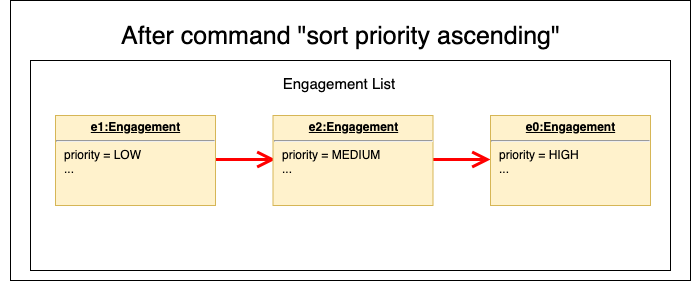
The draw.io diagram docs/images/SortListState1.png in nus-cs2103-AY1920S1/addressbook-level3, before a commit. Source tidied: cells renumbered, new cells last; positions are measured from the earlier drawing's top-left corner, leaving out a move shared by most shapes. The source it was exported from:
```xml
<mxGraphModel>
  <root>
    <mxCell id="0" />
    <mxCell id="1" parent="0" />
    <mxCell id="2" style="rounded=0;whiteSpace=wrap;html=1;" parent="1" vertex="1">
      <mxGeometry x="10" width="680" height="280" as="geometry" />
    </mxCell>
    <mxCell id="3" style="rounded=0;whiteSpace=wrap;html=1;" parent="1" vertex="1">
      <mxGeometry x="30" y="60" width="640" height="210" as="geometry" />
    </mxCell>
    <mxCell id="4" value="&lt;font style=&quot;font-size: 25px&quot;&gt;After command &quot;sort priority ascending&quot;&lt;/font&gt;" style="text;html=1;strokeColor=none;fillColor=none;align=center;verticalAlign=middle;whiteSpace=wrap;rounded=0;" parent="1" vertex="1">
      <mxGeometry y="20" width="681" height="30" as="geometry" />
    </mxCell>
    <mxCell id="5" style="endArrow=open;endFill=1;endSize=12;html=1;strokeColor=#FF0000;strokeWidth=3;" parent="1" edge="1">
      <mxGeometry relative="1" as="geometry">
        <mxPoint x="135" y="159" as="sourcePoint" />
        <mxPoint x="275" y="159" as="targetPoint" />
      </mxGeometry>
    </mxCell>
    <mxCell id="6" style="endArrow=open;endFill=1;endSize=12;html=1;strokeColor=#FF0000;strokeWidth=3;" parent="1" edge="1">
      <mxGeometry relative="1" as="geometry">
        <mxPoint x="350" y="159" as="sourcePoint" />
        <mxPoint x="490" y="159" as="targetPoint" />
      </mxGeometry>
    </mxCell>
    <mxCell id="7" value="&lt;p style=&quot;margin: 0px ; margin-top: 4px ; text-align: center ; text-decoration: underline&quot;&gt;&lt;b&gt;e1:Engagement&lt;/b&gt;&lt;/p&gt;&lt;hr&gt;&lt;p style=&quot;margin: 0px ; margin-left: 8px&quot;&gt;priority = LOW&lt;/p&gt;&lt;p style=&quot;margin: 0px ; margin-left: 8px&quot;&gt;...&lt;/p&gt;" style="verticalAlign=top;align=left;overflow=fill;fontSize=12;fontFamily=Helvetica;html=1;fillColor=#fff2cc;strokeColor=#d6b656;" parent="1" vertex="1">
      <mxGeometry x="55" y="115" width="160" height="90" as="geometry" />
    </mxCell>
    <mxCell id="8" value="&lt;font style=&quot;font-size: 15px&quot;&gt;Engagement List&lt;/font&gt;" style="text;html=1;strokeColor=none;fillColor=none;align=center;verticalAlign=middle;whiteSpace=wrap;rounded=0;" parent="1" vertex="1">
      <mxGeometry x="242.5" y="72.5" width="190" height="20" as="geometry" />
    </mxCell>
    <mxCell id="9" value="&lt;p style=&quot;margin: 0px ; margin-top: 4px ; text-align: center ; text-decoration: underline&quot;&gt;&lt;b&gt;e2:Engagement&lt;/b&gt;&lt;/p&gt;&lt;hr&gt;&lt;p style=&quot;margin: 0px ; margin-left: 8px&quot;&gt;priority = MEDIUM&lt;/p&gt;&lt;p style=&quot;margin: 0px ; margin-left: 8px&quot;&gt;...&lt;/p&gt;" style="verticalAlign=top;align=left;overflow=fill;fontSize=12;fontFamily=Helvetica;html=1;fillColor=#fff2cc;strokeColor=#d6b656;" parent="1" vertex="1">
      <mxGeometry x="272.5" y="115" width="160" height="90" as="geometry" />
    </mxCell>
    <mxCell id="10" value="&lt;p style=&quot;margin: 0px ; margin-top: 4px ; text-align: center ; text-decoration: underline&quot;&gt;&lt;b&gt;e0:Engagement&lt;/b&gt;&lt;/p&gt;&lt;hr&gt;&lt;p style=&quot;margin: 0px ; margin-left: 8px&quot;&gt;priority = HIGH&lt;/p&gt;&lt;p style=&quot;margin: 0px ; margin-left: 8px&quot;&gt;...&lt;/p&gt;" style="verticalAlign=top;align=left;overflow=fill;fontSize=12;fontFamily=Helvetica;html=1;fillColor=#fff2cc;strokeColor=#d6b656;" parent="1" vertex="1">
      <mxGeometry x="490" y="115" width="160" height="90" as="geometry" />
    </mxCell>
  </root>
</mxGraphModel>
```
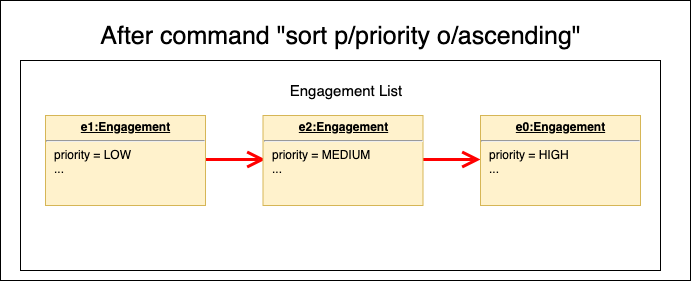
Above is the later version.

What changed in the source:
```diff
@@ -3,13 +3,13 @@
     <mxCell id="0" />
     <mxCell id="1" parent="0" />
     <mxCell id="2" style="rounded=0;whiteSpace=wrap;html=1;" parent="1" vertex="1">
-      <mxGeometry x="10" width="680" height="280" as="geometry" />
+      <mxGeometry x="10" width="690" height="280" as="geometry" />
     </mxCell>
     <mxCell id="3" style="rounded=0;whiteSpace=wrap;html=1;" parent="1" vertex="1">
       <mxGeometry x="30" y="60" width="640" height="210" as="geometry" />
     </mxCell>
-    <mxCell id="4" value="&lt;font style=&quot;font-size: 25px&quot;&gt;After command &quot;sort priority ascending&quot;&lt;/font&gt;" style="text;html=1;strokeColor=none;fillColor=none;align=center;verticalAlign=middle;whiteSpace=wrap;rounded=0;" parent="1" vertex="1">
-      <mxGeometry y="20" width="681" height="30" as="geometry" />
+    <mxCell id="4" value="&lt;font style=&quot;font-size: 25px&quot;&gt;After command &quot;sort p/priority o/ascending&quot;&lt;/font&gt;" style="text;html=1;strokeColor=none;fillColor=none;align=center;verticalAlign=middle;whiteSpace=wrap;rounded=0;" parent="1" vertex="1">
+      <mxGeometry x="10" y="20" width="681" height="30" as="geometry" />
     </mxCell>
     <mxCell id="5" style="endArrow=open;endFill=1;endSize=12;html=1;strokeColor=#FF0000;strokeWidth=3;" parent="1" edge="1">
       <mxGeometry relative="1" as="geometry">
@@ -27,7 +27,7 @@
       <mxGeometry x="55" y="115" width="160" height="90" as="geometry" />
     </mxCell>
     <mxCell id="8" value="&lt;font style=&quot;font-size: 15px&quot;&gt;Engagement List&lt;/font&gt;" style="text;html=1;strokeColor=none;fillColor=none;align=center;verticalAlign=middle;whiteSpace=wrap;rounded=0;" parent="1" vertex="1">
-      <mxGeometry x="242.5" y="72.5" width="190" height="20" as="geometry" />
+      <mxGeometry x="260" y="80" width="190" height="20" as="geometry" />
     </mxCell>
     <mxCell id="9" value="&lt;p style=&quot;margin: 0px ; margin-top: 4px ; text-align: center ; text-decoration: underline&quot;&gt;&lt;b&gt;e2:Engagement&lt;/b&gt;&lt;/p&gt;&lt;hr&gt;&lt;p style=&quot;margin: 0px ; margin-left: 8px&quot;&gt;priority = MEDIUM&lt;/p&gt;&lt;p style=&quot;margin: 0px ; margin-left: 8px&quot;&gt;...&lt;/p&gt;" style="verticalAlign=top;align=left;overflow=fill;fontSize=12;fontFamily=Helvetica;html=1;fillColor=#fff2cc;strokeColor=#d6b656;" parent="1" vertex="1">
       <mxGeometry x="272.5" y="115" width="160" height="90" as="geometry" />
```
